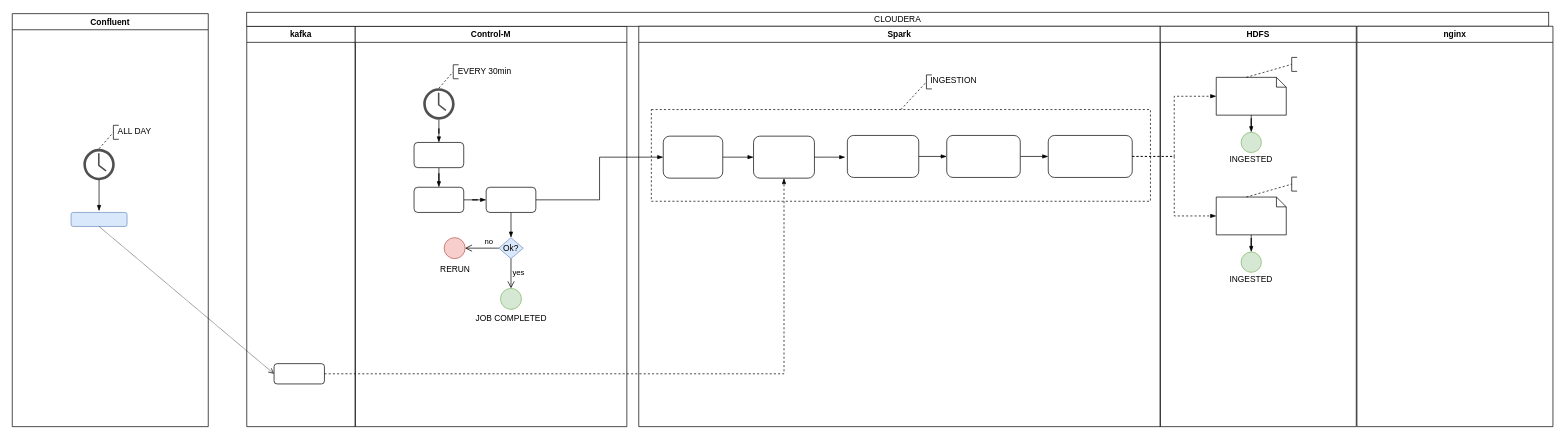
The draw.io diagram Cap Diagram.drawio in StefanoMazzukaCapgemini/Cap_Diagram, before the edit. Source tidied: cells renumbered, new cells numbered last; positions are measured from the earlier drawing's top-left corner, leaving out a move shared by most shapes. Both pictures are drawn from the tidied source at 70%, with x=0, y=0 at pixel (12, 12).
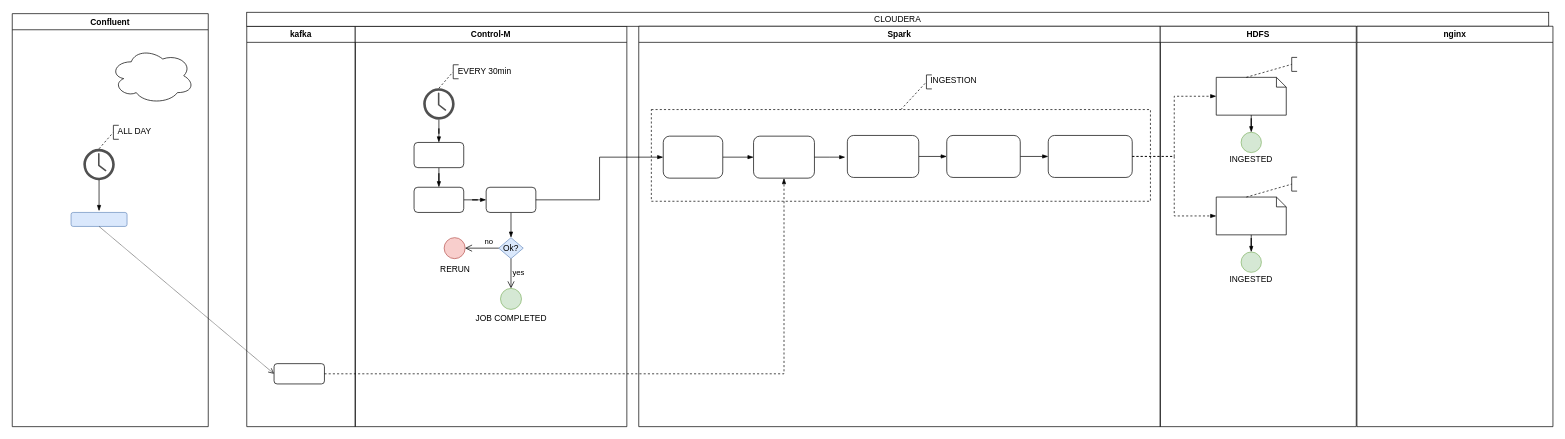
After the change.

The change refers to these unchanged cells:
```xml
<mxCell id="2" value="Confluent" style="swimlane;whiteSpace=wrap;" parent="1" vertex="1">
  <mxGeometry y="2" width="280" height="590" as="geometry" />
</mxCell>
```

Diff of the diagram source:
```diff
@@
+    <mxCell id="64" style="ellipse;shape=cloud;whiteSpace=wrap;html=1;" parent="2" vertex="1">
+      <mxGeometry x="140" y="48.8" width="120" height="80" as="geometry" />
+    </mxCell>
```
